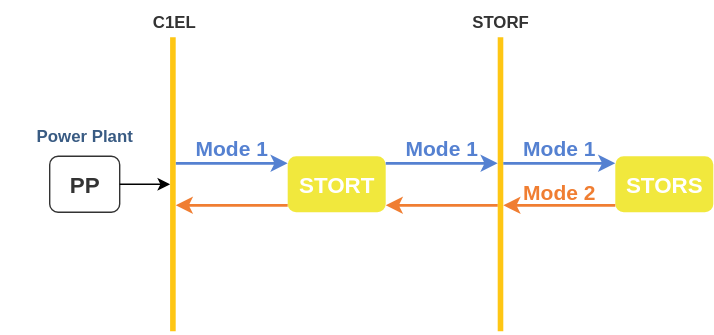
This is docs/source/_static/storage.svg from ekousoulos/AETOS_model, a draw.io export, as it was before one commit. Source tidied: cells renumbered, new cells last; positions are measured from the earlier drawing's top-left corner, leaving out a move shared by most shapes.
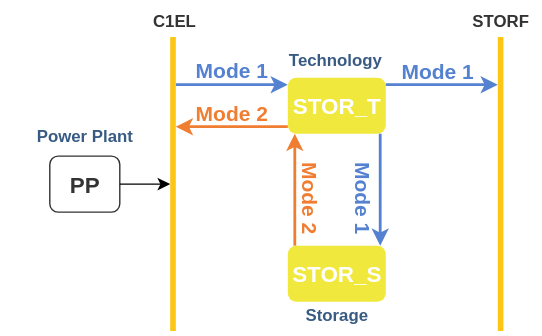
After the commit.

Change to the diagram source:
```diff
@@ -2,22 +2,22 @@
   <root>
     <mxCell id="0" />
     <mxCell id="1" parent="0" />
-    <mxCell id="2" value="STORT" style="rounded=1;whiteSpace=wrap;html=1;fontStyle=1;fontSize=16;fillColor=light-dark(#f1e83d, #ededed);fontColor=light-dark(#ffffff, #ededed);strokeColor=none;" parent="1" vertex="1">
-      <mxGeometry x="205" y="111" width="70" height="40" as="geometry" />
+    <mxCell id="2" value="STOR_T" style="rounded=1;whiteSpace=wrap;html=1;fontStyle=1;fontSize=16;fillColor=light-dark(#f1e83d, #ededed);fontColor=light-dark(#ffffff, #ededed);strokeColor=none;" parent="1" vertex="1">
+      <mxGeometry x="205" y="55" width="70" height="40" as="geometry" />
     </mxCell>
     <mxCell id="3" style="endArrow=classic;html=1;rounded=0;strokeColor=light-dark(#5581d1, #ededed);strokeWidth=2;" parent="1" edge="1">
       <mxGeometry relative="1" as="geometry">
-        <mxPoint x="125" y="116" as="sourcePoint" />
-        <mxPoint x="205" y="116" as="targetPoint" />
+        <mxPoint x="125" y="60" as="sourcePoint" />
+        <mxPoint x="205" y="60" as="targetPoint" />
       </mxGeometry>
     </mxCell>
     <mxCell id="4" value="Mode 1" style="text;html=1;align=center;verticalAlign=middle;whiteSpace=wrap;rounded=0;fontStyle=1;fontColor=light-dark(#5581d1, #ededed);fontSize=15;" parent="1" vertex="1">
-      <mxGeometry x="135" y="90" width="60" height="30" as="geometry" />
+      <mxGeometry x="135" y="34" width="60" height="30" as="geometry" />
     </mxCell>
     <mxCell id="5" style="endArrow=classic;html=1;rounded=0;strokeWidth=2;strokeColor=light-dark(#f07e32, #ededed);" parent="1" edge="1">
       <mxGeometry relative="1" as="geometry">
-        <mxPoint x="205" y="146" as="sourcePoint" />
-        <mxPoint x="125" y="146" as="targetPoint" />
+        <mxPoint x="205" y="90" as="sourcePoint" />
+        <mxPoint x="125" y="90" as="targetPoint" />
       </mxGeometry>
     </mxCell>
     <mxCell id="6" style="endArrow=none;html=1;rounded=0;strokeWidth=4;strokeColor=light-dark(#fec614, #ededed);" parent="1" edge="1">
@@ -38,8 +38,8 @@
     <mxCell id="9" value="C1EL" style="text;html=1;align=center;verticalAlign=middle;whiteSpace=wrap;rounded=0;fontStyle=1;fontColor=#333333;" parent="1" vertex="1">
       <mxGeometry x="94" width="60" height="30" as="geometry" />
     </mxCell>
-    <mxCell id="10" value="STORS" style="rounded=1;whiteSpace=wrap;html=1;fontStyle=1;fontSize=16;fillColor=light-dark(#f1e83d, #ededed);fontColor=light-dark(#ffffff, #ededed);strokeColor=none;" parent="1" vertex="1">
-      <mxGeometry x="439" y="111" width="70" height="40" as="geometry" />
+    <mxCell id="10" value="STOR_S" style="rounded=1;whiteSpace=wrap;html=1;fontStyle=1;fontSize=16;fillColor=light-dark(#f1e83d, #ededed);fontColor=light-dark(#ffffff, #ededed);strokeColor=none;" parent="1" vertex="1">
+      <mxGeometry x="205" y="175" width="70" height="40" as="geometry" />
     </mxCell>
     <mxCell id="11" style="endArrow=none;html=1;rounded=0;strokeWidth=4;strokeColor=light-dark(#fec614, #ededed);" parent="1" edge="1">
       <mxGeometry relative="1" as="geometry">
@@ -52,39 +52,42 @@
     </mxCell>
     <mxCell id="13" style="endArrow=classic;html=1;rounded=0;strokeColor=light-dark(#5581d1, #ededed);strokeWidth=2;" parent="1" edge="1">
       <mxGeometry relative="1" as="geometry">
-        <mxPoint x="275" y="116" as="sourcePoint" />
-        <mxPoint x="355" y="116" as="targetPoint" />
+        <mxPoint x="275" y="60" as="sourcePoint" />
+        <mxPoint x="355" y="60" as="targetPoint" />
       </mxGeometry>
     </mxCell>
     <mxCell id="14" value="Mode 1" style="text;html=1;align=center;verticalAlign=middle;whiteSpace=wrap;rounded=0;fontStyle=1;fontColor=light-dark(#5581d1, #ededed);fontSize=15;" parent="1" vertex="1">
-      <mxGeometry x="285" y="90" width="60" height="30" as="geometry" />
+      <mxGeometry x="282" y="34" width="60" height="32" as="geometry" />
     </mxCell>
-    <mxCell id="15" style="endArrow=classic;html=1;rounded=0;strokeWidth=2;strokeColor=light-dark(#f07e32, #ededed);" parent="1" edge="1">
-      <mxGeometry relative="1" as="geometry">
-        <mxPoint x="355" y="146" as="sourcePoint" />
-        <mxPoint x="275" y="146" as="targetPoint" />
-      </mxGeometry>
-    </mxCell>
     <mxCell id="16" style="endArrow=classic;html=1;rounded=0;strokeColor=light-dark(#5581d1, #ededed);strokeWidth=2;" parent="1" edge="1">
       <mxGeometry relative="1" as="geometry">
-        <mxPoint x="359" y="116" as="sourcePoint" />
-        <mxPoint x="439" y="116" as="targetPoint" />
+        <mxPoint x="271" y="95" as="sourcePoint" />
+        <mxPoint x="271" y="175" as="targetPoint" />
       </mxGeometry>
     </mxCell>
-    <mxCell id="17" value="Mode 1" style="text;html=1;align=center;verticalAlign=middle;whiteSpace=wrap;rounded=0;fontStyle=1;fontColor=light-dark(#5581d1, #ededed);fontSize=15;" parent="1" vertex="1">
-      <mxGeometry x="369" y="90" width="60" height="30" as="geometry" />
+    <mxCell id="17" value="Mode 1" style="text;html=1;align=center;verticalAlign=middle;whiteSpace=wrap;rounded=0;fontStyle=1;fontColor=light-dark(#5581d1, #ededed);fontSize=15;rotation=90;" parent="1" vertex="1">
+      <mxGeometry x="229" y="126" width="60" height="30" as="geometry" />
     </mxCell>
     <mxCell id="18" style="endArrow=classic;html=1;rounded=0;strokeWidth=2;strokeColor=light-dark(#f07e32, #ededed);" parent="1" edge="1">
       <mxGeometry relative="1" as="geometry">
-        <mxPoint x="439" y="146" as="sourcePoint" />
-        <mxPoint x="359" y="146" as="targetPoint" />
+        <mxPoint x="210" y="175" as="sourcePoint" />
+        <mxPoint x="210" y="95" as="targetPoint" />
       </mxGeometry>
     </mxCell>
-    <mxCell id="19" value="Mode 2" style="text;html=1;align=center;verticalAlign=middle;whiteSpace=wrap;rounded=0;fontStyle=1;fontColor=light-dark(#f07e32, #ededed);fontSize=15;" parent="1" vertex="1">
-      <mxGeometry x="369" y="121" width="60" height="30" as="geometry" />
+    <mxCell id="19" value="Mode 2" style="text;html=1;align=center;verticalAlign=middle;whiteSpace=wrap;rounded=0;fontStyle=1;fontColor=light-dark(#f07e32, #ededed);fontSize=15;rotation=90;" parent="1" vertex="1">
+      <mxGeometry x="191" y="126" width="60" height="30" as="geometry" />
     </mxCell>
     <mxCell id="20" value="Power Plant" style="text;html=1;align=center;verticalAlign=middle;whiteSpace=wrap;rounded=0;fontStyle=1;fontColor=light-dark(#395b83, #ededed);" parent="1" vertex="1">
       <mxGeometry y="82" width="120" height="30" as="geometry" />
     </mxCell>
+    <mxCell id="21" value="Mode 2" style="text;html=1;align=center;verticalAlign=middle;whiteSpace=wrap;rounded=0;fontStyle=1;fontColor=light-dark(#f07e32, #ededed);fontSize=15;" parent="1" vertex="1">
+      <mxGeometry x="135" y="65" width="60" height="30" as="geometry" />
+    </mxCell>
+    <mxCell id="22" value="&lt;div&gt;Technology&lt;/div&gt;" style="text;html=1;align=center;verticalAlign=middle;whiteSpace=wrap;rounded=0;fontStyle=1;fontColor=light-dark(#395b83, #ededed);" parent="1" vertex="1">
+      <mxGeometry x="179" y="28" width="120" height="30" as="geometry" />
+    </mxCell>
+    <mxCell id="23" value="Storage" style="text;html=1;align=center;verticalAlign=middle;whiteSpace=wrap;rounded=0;fontStyle=1;fontColor=light-dark(#395b83, #ededed);" parent="1" vertex="1">
+      <mxGeometry x="205" y="210" width="70" height="30" as="geometry" />
+    </mxCell>
   </root>
 </mxGraphModel>
```
